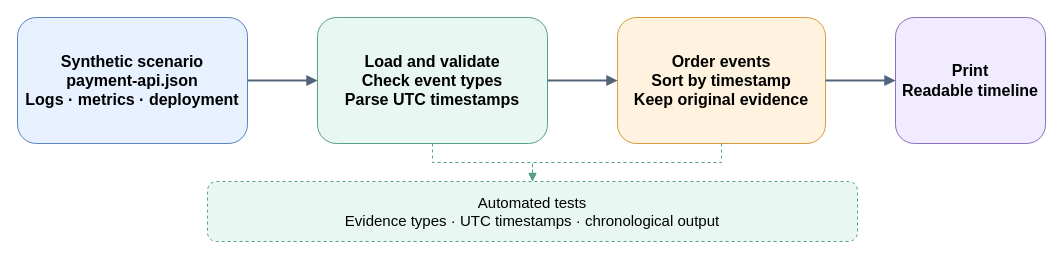
This is docs/diagrams/project-flow.drawio from orihoff/ai-sre-copilot, a draw.io file, before an edit. Source tidied: cells renumbered, new cells numbered last; positions are measured from the earlier drawing's top-left corner, leaving out a move shared by most shapes. Both pictures are drawn from the tidied source at 100%, with x=0, y=0 at pixel (17, 17).
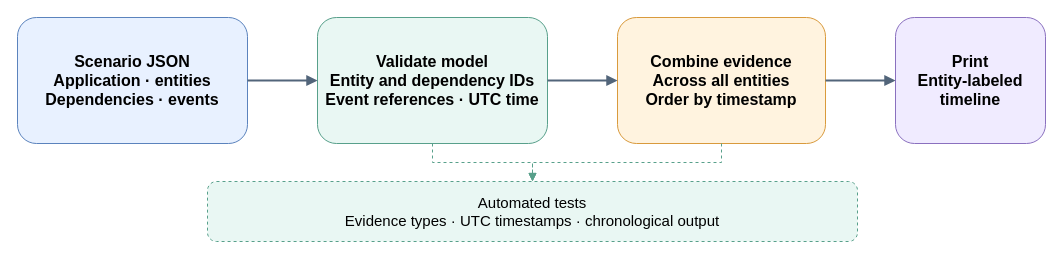
The same diagram, later.

Commit message (it also covers changes not shown here):
Support application-wide incident timelines

What changed in the source:
```diff
@@
 <mxGraphModel>
   <root>
     <mxCell id="0" />
     <mxCell id="1" parent="0" />
-    <mxCell id="2" value="Synthetic scenario&#10;payment-api.json&#10;Logs · metrics · deployment" style="rounded=1;whiteSpace=wrap;html=1;fillColor=#e8f1ff;strokeColor=#5b83bd;fontSize=16;fontStyle=1;" parent="1" vertex="1">
+    <mxCell id="2" value="Scenario JSON&#10;Application · entities&#10;Dependencies · events" style="rounded=1;whiteSpace=wrap;html=1;fillColor=#e8f1ff;strokeColor=#5b83bd;fontSize=16;fontStyle=1;" parent="1" vertex="1">
       <mxGeometry width="230" height="126" as="geometry" />
     </mxCell>
-    <mxCell id="3" value="Load and validate&#10;Check event types&#10;Parse UTC timestamps" style="rounded=1;whiteSpace=wrap;html=1;fillColor=#e9f7f3;strokeColor=#58a08b;fontSize=16;fontStyle=1;" parent="1" vertex="1">
+    <mxCell id="3" value="Validate model&#10;Entity and dependency IDs&#10;Event references · UTC time" style="rounded=1;whiteSpace=wrap;html=1;fillColor=#e9f7f3;strokeColor=#58a08b;fontSize=16;fontStyle=1;" parent="1" vertex="1">
       <mxGeometry x="300" width="230" height="126" as="geometry" />
     </mxCell>
-    <mxCell id="4" value="Order events&#10;Sort by timestamp&#10;Keep original evidence" style="rounded=1;whiteSpace=wrap;html=1;fillColor=#fff3df;strokeColor=#d99a3c;fontSize=16;fontStyle=1;" parent="1" vertex="1">
+    <mxCell id="4" value="Combine evidence&#10;Across all entities&#10;Order by timestamp" style="rounded=1;whiteSpace=wrap;html=1;fillColor=#fff3df;strokeColor=#d99a3c;fontSize=16;fontStyle=1;" parent="1" vertex="1">
       <mxGeometry x="600" width="208" height="126" as="geometry" />
     </mxCell>
-    <mxCell id="5" value="Print&#10;Readable timeline" style="rounded=1;whiteSpace=wrap;html=1;fillColor=#f0ebff;strokeColor=#8a70bf;fontSize=16;fontStyle=1;" parent="1" vertex="1">
+    <mxCell id="5" value="Print&#10;Entity-labeled timeline" style="rounded=1;whiteSpace=wrap;html=1;fillColor=#f0ebff;strokeColor=#8a70bf;fontSize=16;fontStyle=1;" parent="1" vertex="1">
       <mxGeometry x="878" width="150" height="126" as="geometry" />
     </mxCell>
     <mxCell id="6" value="Automated tests&#10;Evidence types · UTC timestamps · chronological output" style="rounded=1;whiteSpace=wrap;html=1;fillColor=#e9f7f3;strokeColor=#58a08b;dashed=1;fontSize=15;" parent="1" vertex="1">
       <mxGeometry x="190" y="164" width="650" height="60" as="geometry" />
     </mxCell>
     <mxCell id="7" style="edgeStyle=orthogonalEdgeStyle;rounded=0;jettySize=auto;html=1;strokeColor=#52657a;strokeWidth=2;endArrow=block;endFill=1;" parent="1" edge="1" source="2" target="3">
       <mxGeometry relative="1" as="geometry" />
     </mxCell>
     <mxCell id="8" style="edgeStyle=orthogonalEdgeStyle;rounded=0;jettySize=auto;html=1;strokeColor=#52657a;strokeWidth=2;endArrow=block;endFill=1;" parent="1" edge="1" source="3" target="4">
       <mxGeometry relative="1" as="geometry" />
     </mxCell>
     <mxCell id="9" style="edgeStyle=orthogonalEdgeStyle;rounded=0;jettySize=auto;html=1;strokeColor=#52657a;strokeWidth=2;endArrow=block;endFill=1;" parent="1" edge="1" source="4" target="5">
       <mxGeometry relative="1" as="geometry" />
     </mxCell>
     <mxCell id="10" style="edgeStyle=orthogonalEdgeStyle;rounded=0;html=1;dashed=1;strokeColor=#58a08b;endArrow=block;endFill=1;" parent="1" edge="1" source="3" target="6">
       <mxGeometry relative="1" as="geometry" />
     </mxCell>
     <mxCell id="11" style="edgeStyle=orthogonalEdgeStyle;rounded=0;html=1;dashed=1;strokeColor=#58a08b;endArrow=block;endFill=1;" parent="1" edge="1" source="4" target="6">
       <mxGeometry relative="1" as="geometry" />
     </mxCell>
   </root>
 </mxGraphModel>
```
